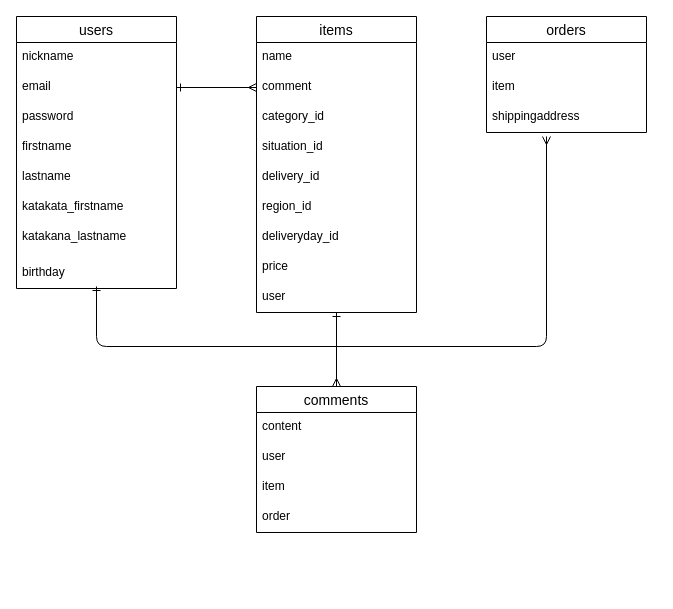
RiRi318/furima41235 keeps this draw.io diagram as ER.dio. Above is the earlier version. Source tidied: cells renumbered, new cells numbered last; positions are measured from the earlier drawing's top-left corner, leaving out a move shared by most shapes. Both pictures are drawn from the tidied source at 100%, with x=0, y=0 at pixel (16, 16).
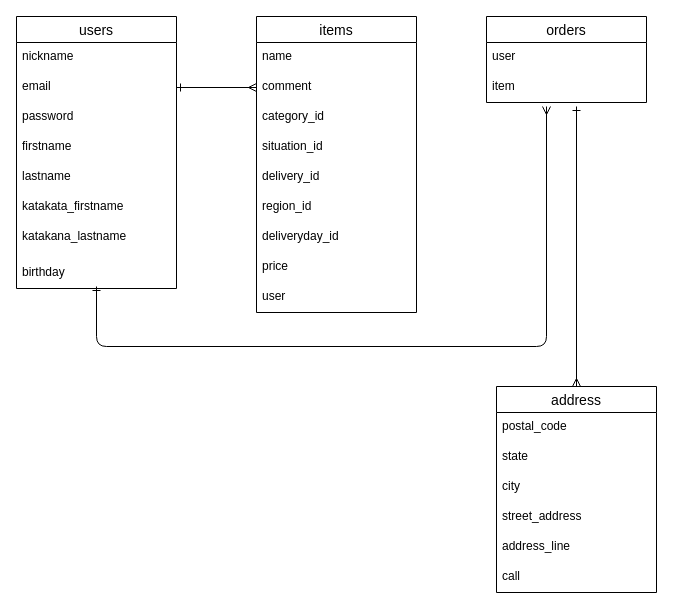
The same page after the edit.

Commit message (it also covers changes not shown here):
READ MEの修正４

The change refers to these unchanged cells:
```xml
<mxCell id="20" value="user" style="text;strokeColor=none;fillColor=none;spacingLeft=4;spacingRight=4;overflow=hidden;points=[[0,0.5],[1,0.5]];portConstraint=eastwest;fontSize=12;" parent="11" vertex="1">
  <mxGeometry y="266" width="160" height="30" as="geometry" />
</mxCell>
```

Change to the diagram source:
```diff
@@
     <mxCell id="21" value="orders" style="swimlane;fontStyle=0;horizontal=1;startSize=26;align=center;fontSize=14;rounded=0;" parent="1" vertex="1">
-      <mxGeometry x="470" width="160" height="116" as="geometry" />
+      <mxGeometry x="470" width="160" height="86" as="geometry" />
     </mxCell>
@@
-    <mxCell id="24" value="shippingaddress" style="text;strokeColor=none;fillColor=none;spacingLeft=4;spacingRight=4;overflow=hidden;fontSize=12;" parent="21" vertex="1">
-      <mxGeometry y="86" width="160" height="30" as="geometry" />
-    </mxCell>
@@
     <mxCell id="26" style="edgeStyle=none;html=1;startArrow=ERone;startFill=0;endArrow=ERmany;endFill=0;" parent="1" edge="1">
       <mxGeometry relative="1" as="geometry">
         <mxPoint x="80" y="270" as="sourcePoint" />
-        <mxPoint x="530" y="120" as="targetPoint" />
+        <mxPoint x="530" y="90" as="targetPoint" />
         <Array as="points">
           <mxPoint x="80" y="330" />
           <mxPoint x="530" y="330" />
         </Array>
       </mxGeometry>
     </mxCell>
-    <mxCell id="27" value="comments" style="swimlane;fontStyle=0;horizontal=1;startSize=26;align=center;fontSize=14;" parent="1" vertex="1">
-      <mxGeometry x="240" y="370" width="160" height="146" as="geometry" />
+    <mxCell id="27" value="address" style="swimlane;fontStyle=0;horizontal=1;startSize=26;align=center;fontSize=14;" parent="1" vertex="1">
+      <mxGeometry x="480" y="370" width="160" height="206" as="geometry" />
     </mxCell>
-    <mxCell id="28" value="content" style="text;strokeColor=none;fillColor=none;spacingLeft=4;spacingRight=4;overflow=hidden;fontSize=12;" parent="27" vertex="1">
+    <mxCell id="28" value="postal_code" style="text;strokeColor=none;fillColor=none;spacingLeft=4;spacingRight=4;overflow=hidden;fontSize=12;" parent="27" vertex="1">
       <mxGeometry y="26" width="160" height="30" as="geometry" />
     </mxCell>
-    <mxCell id="29" value="user" style="text;strokeColor=none;fillColor=none;spacingLeft=4;spacingRight=4;overflow=hidden;fontSize=12;" parent="27" vertex="1">
+    <mxCell id="29" value="state" style="text;strokeColor=none;fillColor=none;spacingLeft=4;spacingRight=4;overflow=hidden;fontSize=12;" parent="27" vertex="1">
       <mxGeometry y="56" width="160" height="30" as="geometry" />
     </mxCell>
-    <mxCell id="30" value="item" style="text;strokeColor=none;fillColor=none;spacingLeft=4;spacingRight=4;overflow=hidden;fontSize=12;" parent="27" vertex="1">
+    <mxCell id="30" value="city" style="text;strokeColor=none;fillColor=none;spacingLeft=4;spacingRight=4;overflow=hidden;fontSize=12;" parent="27" vertex="1">
       <mxGeometry y="86" width="160" height="30" as="geometry" />
     </mxCell>
-    <mxCell id="31" value="order" style="text;strokeColor=none;fillColor=none;spacingLeft=4;spacingRight=4;overflow=hidden;fontSize=12;" parent="27" vertex="1">
+    <mxCell id="31" value="street_address" style="text;strokeColor=none;fillColor=none;spacingLeft=4;spacingRight=4;overflow=hidden;fontSize=12;" parent="27" vertex="1">
       <mxGeometry y="116" width="160" height="30" as="geometry" />
     </mxCell>
+    <mxCell id="33" value="address_line" style="text;strokeColor=none;fillColor=none;spacingLeft=4;spacingRight=4;overflow=hidden;fontSize=12;" parent="27" vertex="1">
+      <mxGeometry y="146" width="160" height="30" as="geometry" />
+    </mxCell>
+    <mxCell id="34" value="call" style="text;strokeColor=none;fillColor=none;spacingLeft=4;spacingRight=4;overflow=hidden;fontSize=12;" parent="27" vertex="1">
+      <mxGeometry y="176" width="160" height="30" as="geometry" />
+    </mxCell>
-    <mxCell id="32" style="edgeStyle=none;html=1;entryX=0.5;entryY=0;entryDx=0;entryDy=0;startArrow=ERone;startFill=0;endArrow=ERmany;endFill=0;" parent="1" edge="1" source="20" target="27">
-      <mxGeometry relative="1" as="geometry" />
+    <mxCell id="32" style="edgeStyle=none;html=1;entryX=0.5;entryY=0;entryDx=0;entryDy=0;startArrow=ERone;startFill=0;endArrow=ERmany;endFill=0;" parent="1" edge="1" target="27">
+      <mxGeometry relative="1" as="geometry">
+        <mxPoint x="560" y="90" as="sourcePoint" />
+      </mxGeometry>
     </mxCell>
```
